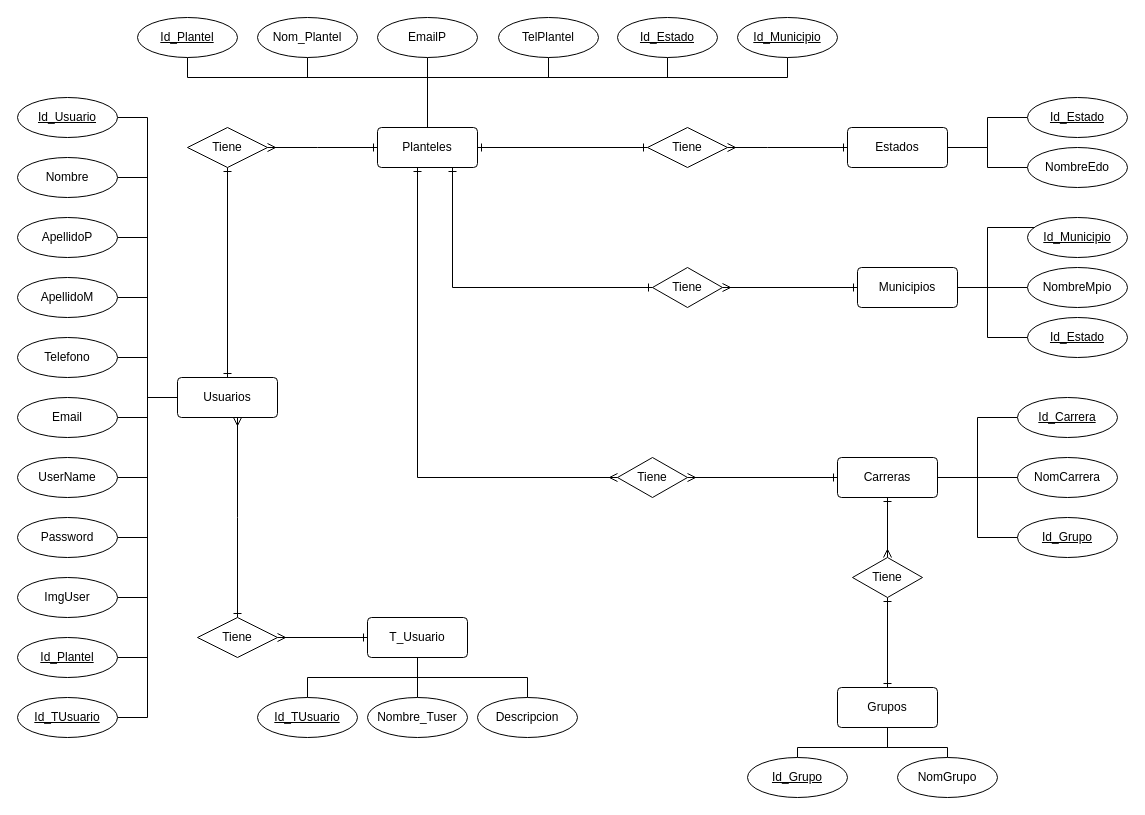
This is NewProyectOne.drawio from AbiMendoza06/ProyectOne, a draw.io file, before an edit. Source tidied: cells renumbered, new cells numbered last; positions are measured from the earlier drawing's top-left corner, leaving out a move shared by most shapes. Both pictures are drawn from the tidied source at 100%, with x=0, y=0 at pixel (17, 17).
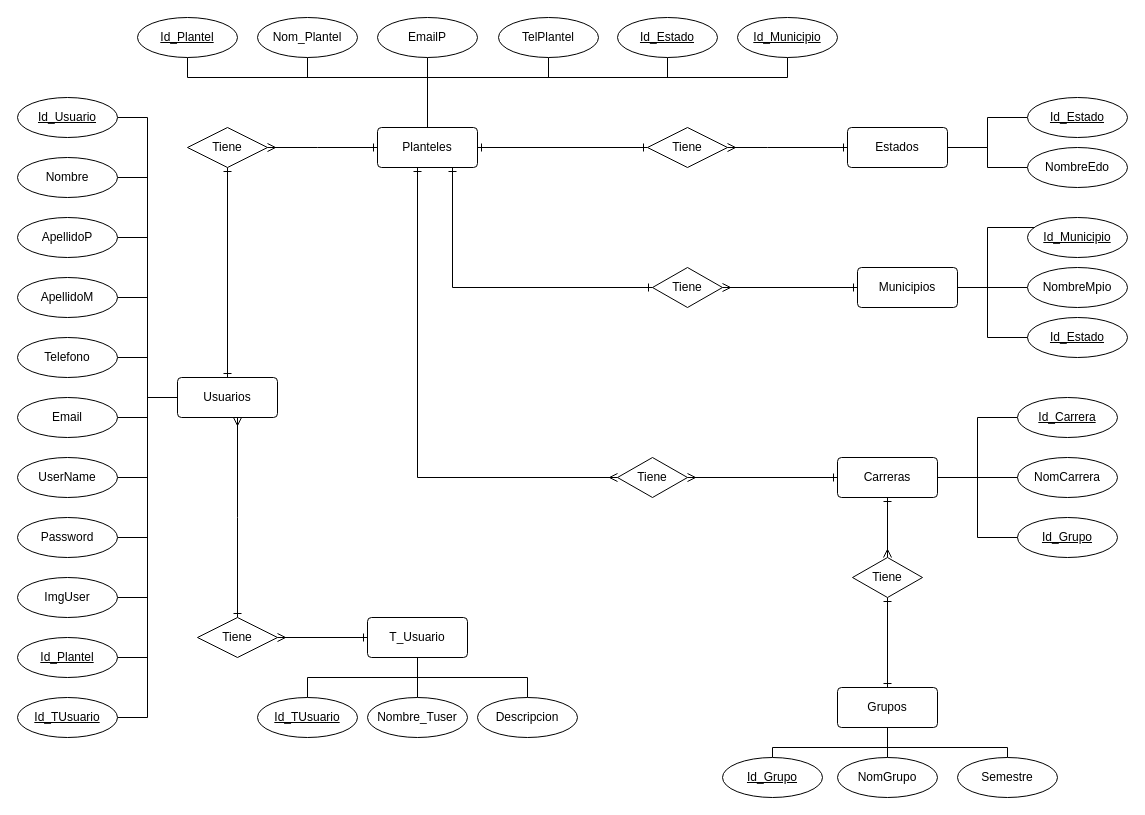
After the change.

The change refers to these unchanged cells:
```xml
<mxCell id="79" value="Grupos" style="rounded=1;arcSize=10;whiteSpace=wrap;html=1;align=center;" parent="1" vertex="1">
  <mxGeometry x="820" y="670" width="100" height="40" as="geometry" />
</mxCell>
```

The edit, as a diff of the source:
```diff
@@
-    <mxCell id="83" style="edgeStyle=orthogonalEdgeStyle;rounded=0;jettySize=auto;html=1;entryX=0.5;entryY=1;entryDx=0;entryDy=0;endArrow=none;endFill=0;" parent="1" edge="1" source="84" target="79">
+    <mxCell id="83" style="edgeStyle=orthogonalEdgeStyle;rounded=0;jettySize=auto;html=1;entryX=0.5;entryY=1;entryDx=0;entryDy=0;endArrow=none;endFill=0;exitX=0.5;exitY=0;exitDx=0;exitDy=0;" parent="1" edge="1" source="84" target="79">
       <mxGeometry relative="1" as="geometry">
         <Array as="points">
-          <mxPoint x="780" y="730" />
+          <mxPoint x="755" y="730" />
           <mxPoint x="870" y="730" />
         </Array>
       </mxGeometry>
     </mxCell>
     <mxCell id="84" value="Id_Grupo" style="ellipse;whiteSpace=wrap;html=1;align=center;fontStyle=4;" parent="1" vertex="1">
-      <mxGeometry x="730" y="740" width="100" height="40" as="geometry" />
+      <mxGeometry x="705" y="740" width="100" height="40" as="geometry" />
     </mxCell>
     <mxCell id="85" style="edgeStyle=orthogonalEdgeStyle;rounded=0;jettySize=auto;html=1;entryX=0.5;entryY=1;entryDx=0;entryDy=0;endArrow=none;endFill=0;" parent="1" edge="1" source="86" target="79">
       <mxGeometry relative="1" as="geometry">
         <Array as="points">
-          <mxPoint x="930" y="730" />
+          <mxPoint x="870" y="730" />
           <mxPoint x="870" y="730" />
         </Array>
       </mxGeometry>
     </mxCell>
     <mxCell id="86" value="NomGrupo" style="ellipse;whiteSpace=wrap;html=1;align=center;" parent="1" vertex="1">
-      <mxGeometry x="880" y="740" width="100" height="40" as="geometry" />
+      <mxGeometry x="820" y="740" width="100" height="40" as="geometry" />
     </mxCell>
+    <mxCell id="87" style="edgeStyle=orthogonalEdgeStyle;rounded=0;jettySize=auto;html=1;entryX=0.5;entryY=1;entryDx=0;entryDy=0;endArrow=none;endFill=0;" parent="1" edge="1" source="88" target="79">
+      <mxGeometry relative="1" as="geometry">
+        <Array as="points">
+          <mxPoint x="990" y="730" />
+          <mxPoint x="870" y="730" />
+        </Array>
+      </mxGeometry>
+    </mxCell>
+    <mxCell id="88" value="Semestre" style="ellipse;whiteSpace=wrap;html=1;align=center;" parent="1" vertex="1">
+      <mxGeometry x="940" y="740" width="100" height="40" as="geometry" />
+    </mxCell>
```
